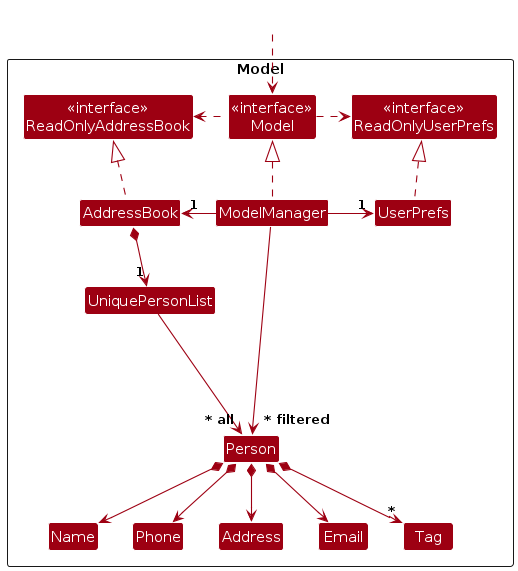
Earlier version of the PlantUML export diagrams/ModelClassDiagram.png (AY2627S1-CS2103T-T08-4/tp). Its source is kept beside it as diagrams/ModelClassDiagram.puml.
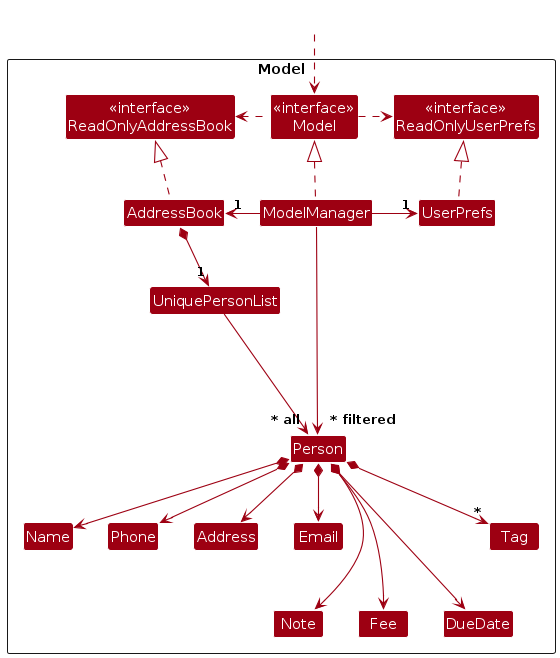
After the change.

Change to the diagram source:
```diff
@@ -18,6 +18,9 @@
 Class Email
 Class Name
 Class Phone
+Class Note
+Class Fee
+Class DueDate
 Class Tag
 
 Class I #FFFFFF
@@ -41,6 +44,9 @@
 Person *--> Phone
 Person *--> Email
 Person *--> Address
+Person *--> Note
+Person *--> Fee
+Person *--> DueDate
 Person *--> "*" Tag
 
 Person -[hidden]up--> I
@@ -49,6 +55,9 @@
 Name -[hidden]right-> Phone
 Phone -[hidden]right-> Address
 Address -[hidden]right-> Email
+Note -[hidden]right-> Fee
+Fee -[hidden]right-> DueDate
+Name -[hidden]down-> Note
 
 ModelManager --> "~* filtered" Person
 @enduml
```
